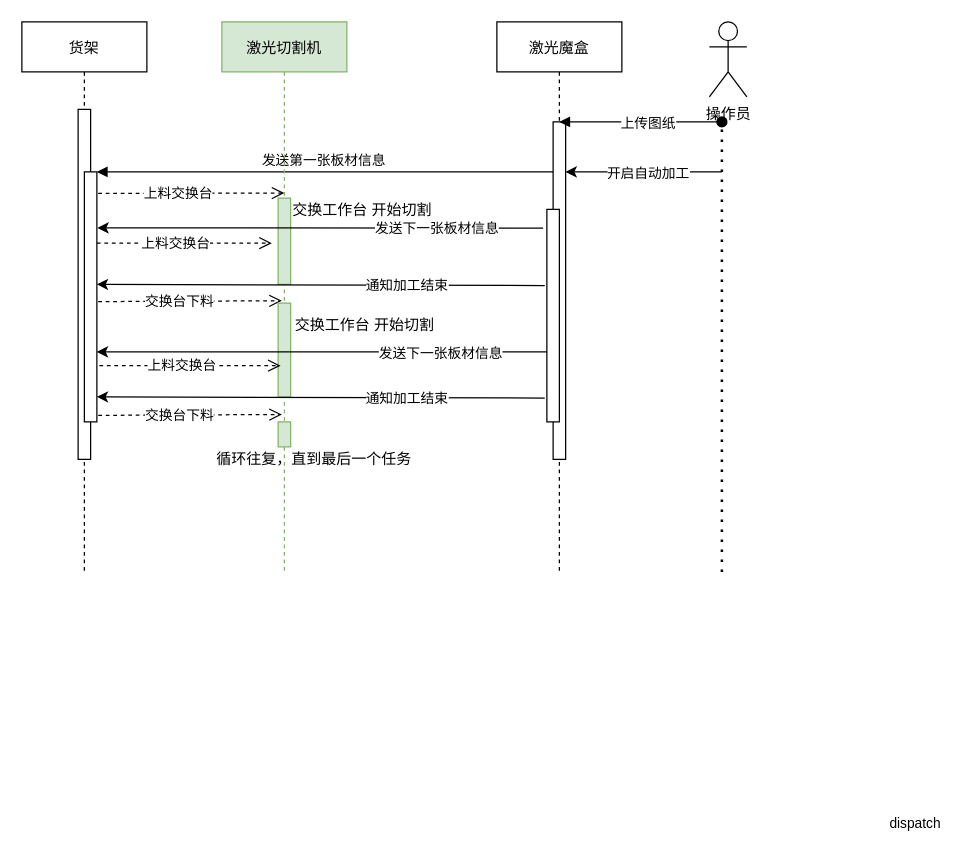
Before: Untitled Diagram.drawio in xyhmnb/bbs, a draw.io diagram. Source tidied: cells renumbered, new cells numbered last; positions are measured from the earlier drawing's top-left corner, leaving out a move shared by most shapes. Both pictures are drawn from the tidied source at 125%, with x=0, y=0 at pixel (21, 21).
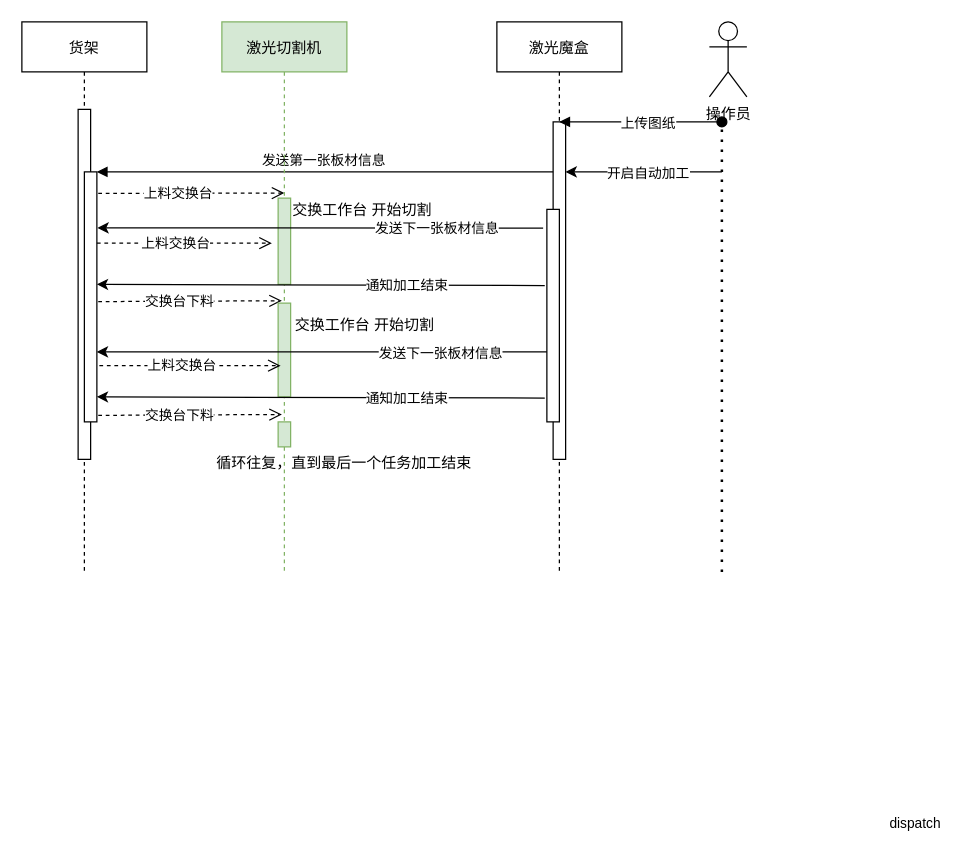
Above is the later version.

What changed in the source:
```diff
@@
-    <mxCell id="37" value="循环往复，直到最后一个任务" style="text;strokeColor=none;fillColor=none;align=left;verticalAlign=middle;spacingLeft=4;spacingRight=4;overflow=hidden;" parent="1" vertex="1">
-      <mxGeometry x="150" y="334" width="170" height="30" as="geometry" />
+    <mxCell id="37" value="循环往复，直到最后一个任务加工结束" style="text;strokeColor=none;fillColor=none;align=left;verticalAlign=middle;spacingLeft=4;spacingRight=4;overflow=hidden;" parent="1" vertex="1">
+      <mxGeometry x="150" y="334" width="230" height="36" as="geometry" />
     </mxCell>
```
